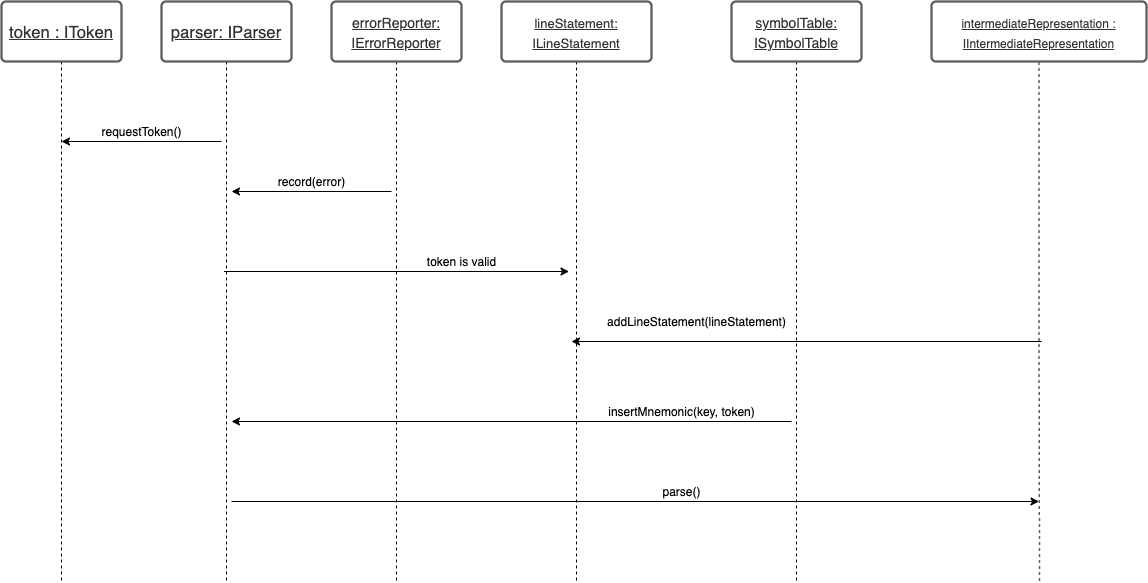
Earlier version of the draw.io export diagrams/Sequence.png (auvigoo20/SOEN341). Source tidied: cells renumbered, new cells last; positions are measured from the earlier drawing's top-left corner, leaving out a move shared by most shapes.
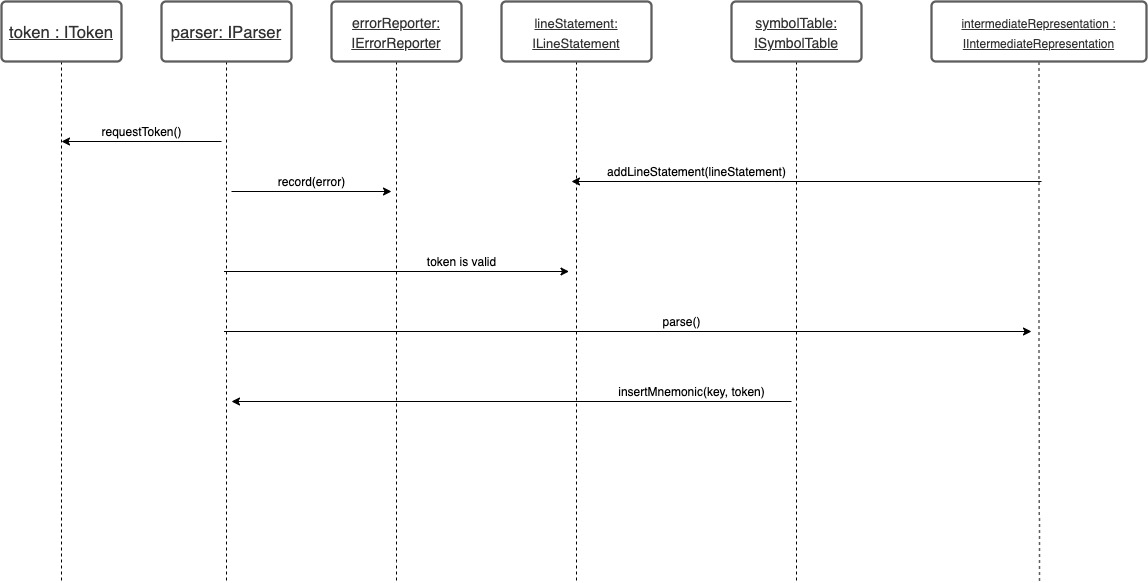
Later version of the same file.

Change to the diagram source:
```diff
@@ -2,121 +2,121 @@
   <root>
     <mxCell id="0" />
     <mxCell id="1" parent="0" />
-    <mxCell id="2" style="edgeStyle=orthogonalEdgeStyle;rounded=0;jettySize=auto;html=1;exitX=0.5;exitY=1;exitDx=0;exitDy=0;endArrow=none;endFill=0;dashed=1;" parent="1" edge="1" source="3">
-      <mxGeometry relative="1" as="geometry">
-        <mxPoint x="60" y="580" as="targetPoint" />
-      </mxGeometry>
-    </mxCell>
+    <mxCell id="26" style="edgeStyle=orthogonalEdgeStyle;rounded=0;jettySize=auto;html=1;exitX=0.5;exitY=1;exitDx=0;exitDy=0;endArrow=none;endFill=0;dashed=1;" parent="1" edge="1" source="3">
+      <mxGeometry relative="1" as="geometry">
+        <mxPoint x="60" y="580" as="targetPoint" />
+      </mxGeometry>
+    </mxCell>
     <mxCell id="3" value="&lt;u&gt;token : IToken&lt;/u&gt;" style="html=1;overflow=block;blockSpacing=1;whiteSpace=wrap;whiteSpace=wrap;fontSize=16.7;fontColor=#333333;spacing=3.8;strokeColor=#5e5e5e;strokeOpacity=100;rounded=1;absoluteArcSize=1;arcSize=9;strokeWidth=2.3;" parent="1" vertex="1">
       <mxGeometry width="120" height="60" as="geometry" />
     </mxCell>
-    <mxCell id="4" style="edgeStyle=orthogonalEdgeStyle;rounded=0;jettySize=auto;html=1;exitX=0.5;exitY=1;exitDx=0;exitDy=0;endArrow=none;endFill=0;dashed=1;" parent="1" edge="1" source="5">
-      <mxGeometry relative="1" as="geometry">
-        <mxPoint x="225" y="580" as="targetPoint" />
-        <Array as="points">
-          <mxPoint x="225" y="373" />
-        </Array>
-      </mxGeometry>
-    </mxCell>
+    <mxCell id="27" style="edgeStyle=orthogonalEdgeStyle;rounded=0;jettySize=auto;html=1;exitX=0.5;exitY=1;exitDx=0;exitDy=0;endArrow=none;endFill=0;dashed=1;" parent="1" edge="1" source="5">
+      <mxGeometry relative="1" as="geometry">
+        <mxPoint x="225" y="580" as="targetPoint" />
+        <Array as="points">
+          <mxPoint x="225" y="373" />
+        </Array>
+      </mxGeometry>
+    </mxCell>
     <mxCell id="5" value="&lt;u&gt;parser: IParser&lt;/u&gt;" style="html=1;overflow=block;blockSpacing=1;whiteSpace=wrap;whiteSpace=wrap;fontSize=16.7;fontColor=#333333;spacing=3.8;strokeColor=#5e5e5e;strokeOpacity=100;rounded=1;absoluteArcSize=1;arcSize=9;strokeWidth=2.3;" parent="1" vertex="1">
       <mxGeometry x="160" width="130" height="60" as="geometry" />
     </mxCell>
-    <mxCell id="6" style="edgeStyle=orthogonalEdgeStyle;rounded=0;jettySize=auto;html=1;exitX=0.5;exitY=1;exitDx=0;exitDy=0;endArrow=none;endFill=0;dashed=1;" parent="1" edge="1" source="7">
-      <mxGeometry relative="1" as="geometry">
-        <mxPoint x="575" y="580" as="targetPoint" />
-        <Array as="points">
-          <mxPoint x="575" y="160" />
-          <mxPoint x="575" y="160" />
-        </Array>
-      </mxGeometry>
-    </mxCell>
+    <mxCell id="28" style="edgeStyle=orthogonalEdgeStyle;rounded=0;jettySize=auto;html=1;exitX=0.5;exitY=1;exitDx=0;exitDy=0;endArrow=none;endFill=0;dashed=1;" parent="1" edge="1" source="7">
+      <mxGeometry relative="1" as="geometry">
+        <mxPoint x="575" y="580" as="targetPoint" />
+        <Array as="points">
+          <mxPoint x="575" y="160" />
+          <mxPoint x="575" y="160" />
+        </Array>
+      </mxGeometry>
+    </mxCell>
     <mxCell id="7" value="&lt;font style=&quot;font-size: 13px&quot;&gt;&lt;u&gt;lineStatement:&lt;br&gt;ILineStatement&lt;/u&gt;&lt;/font&gt;" style="html=1;overflow=block;blockSpacing=1;whiteSpace=wrap;whiteSpace=wrap;fontSize=16.7;fontColor=#333333;spacing=3.8;strokeColor=#5e5e5e;strokeOpacity=100;rounded=1;absoluteArcSize=1;arcSize=9;strokeWidth=2.3;" parent="1" vertex="1">
       <mxGeometry x="500" width="150" height="60" as="geometry" />
     </mxCell>
     <mxCell id="8" value="&lt;font style=&quot;font-size: 12px&quot;&gt;&lt;u&gt;intermediateRepresentation :&lt;br&gt;IIntermediateRepresentation&lt;/u&gt;&lt;/font&gt;" style="html=1;overflow=block;blockSpacing=1;whiteSpace=wrap;whiteSpace=wrap;fontSize=16.7;fontColor=#333333;spacing=3.8;strokeColor=#5e5e5e;strokeOpacity=100;rounded=1;absoluteArcSize=1;arcSize=9;strokeWidth=2.3;" parent="1" vertex="1">
       <mxGeometry x="930" width="215" height="60" as="geometry" />
     </mxCell>
-    <mxCell id="9" style="html=1;jettySize=18;whiteSpace=wrap;fontSize=13;strokeColor=#5E5E5E;fixDash=1;strokeWidth=1.5;rounded=1;arcSize=12;edgeStyle=orthogonalEdgeStyle;startArrow=none;endArrow=none;exitX=0.5;exitY=1.009;exitPerimeter=0;dashed=1;" parent="1" edge="1" source="8">
-      <mxGeometry relative="1" as="geometry">
-        <mxPoint x="1038" y="580" as="targetPoint" />
-      </mxGeometry>
-    </mxCell>
-    <mxCell id="10" style="edgeStyle=orthogonalEdgeStyle;rounded=0;jettySize=auto;html=1;exitX=0.5;exitY=1;exitDx=0;exitDy=0;endArrow=none;endFill=0;dashed=1;" parent="1" edge="1" source="11">
-      <mxGeometry relative="1" as="geometry">
-        <mxPoint x="395" y="580" as="targetPoint" />
-        <Array as="points">
-          <mxPoint x="395" y="560" />
-          <mxPoint x="395" y="560" />
-        </Array>
-      </mxGeometry>
-    </mxCell>
+    <mxCell id="29" style="html=1;jettySize=18;whiteSpace=wrap;fontSize=13;strokeColor=#5E5E5E;fixDash=1;strokeWidth=1.5;rounded=1;arcSize=12;edgeStyle=orthogonalEdgeStyle;startArrow=none;endArrow=none;exitX=0.5;exitY=1.009;exitPerimeter=0;dashed=1;" parent="1" edge="1" source="8">
+      <mxGeometry relative="1" as="geometry">
+        <mxPoint x="1038" y="580" as="targetPoint" />
+      </mxGeometry>
+    </mxCell>
+    <mxCell id="30" style="edgeStyle=orthogonalEdgeStyle;rounded=0;jettySize=auto;html=1;exitX=0.5;exitY=1;exitDx=0;exitDy=0;endArrow=none;endFill=0;dashed=1;" parent="1" edge="1" source="11">
+      <mxGeometry relative="1" as="geometry">
+        <mxPoint x="395" y="580" as="targetPoint" />
+        <Array as="points">
+          <mxPoint x="395" y="560" />
+          <mxPoint x="395" y="560" />
+        </Array>
+      </mxGeometry>
+    </mxCell>
     <mxCell id="11" value="&lt;u&gt;&lt;font style=&quot;font-size: 14px&quot;&gt;errorReporter: IErrorReporter&lt;/font&gt;&lt;/u&gt;" style="html=1;overflow=block;blockSpacing=1;whiteSpace=wrap;whiteSpace=wrap;fontSize=16.7;fontColor=#333333;spacing=3.8;strokeColor=#5e5e5e;strokeOpacity=100;rounded=1;absoluteArcSize=1;arcSize=9;strokeWidth=2.3;" parent="1" vertex="1">
       <mxGeometry x="330" width="130" height="60" as="geometry" />
     </mxCell>
-    <mxCell id="12" style="edgeStyle=orthogonalEdgeStyle;rounded=0;jettySize=auto;html=1;exitX=0.5;exitY=1;exitDx=0;exitDy=0;endArrow=none;endFill=0;dashed=1;" parent="1" edge="1" source="13">
-      <mxGeometry relative="1" as="geometry">
-        <mxPoint x="795" y="580" as="targetPoint" />
-        <Array as="points">
-          <mxPoint x="795" y="550" />
-        </Array>
-      </mxGeometry>
-    </mxCell>
+    <mxCell id="31" style="edgeStyle=orthogonalEdgeStyle;rounded=0;jettySize=auto;html=1;exitX=0.5;exitY=1;exitDx=0;exitDy=0;endArrow=none;endFill=0;dashed=1;" parent="1" edge="1" source="13">
+      <mxGeometry relative="1" as="geometry">
+        <mxPoint x="795" y="580" as="targetPoint" />
+        <Array as="points">
+          <mxPoint x="795" y="550" />
+        </Array>
+      </mxGeometry>
+    </mxCell>
     <mxCell id="13" value="&lt;u&gt;&lt;font style=&quot;font-size: 14px&quot;&gt;symbolTable:&lt;br&gt;ISymbolTable&lt;br&gt;&lt;/font&gt;&lt;/u&gt;" style="html=1;overflow=block;blockSpacing=1;whiteSpace=wrap;whiteSpace=wrap;fontSize=16.7;fontColor=#333333;spacing=3.8;strokeColor=#5e5e5e;strokeOpacity=100;rounded=1;absoluteArcSize=1;arcSize=9;strokeWidth=2.3;" parent="1" vertex="1">
       <mxGeometry x="730" width="130" height="60" as="geometry" />
     </mxCell>
-    <mxCell id="14" style="endArrow=classic;html=1;" parent="1" edge="1">
-      <mxGeometry relative="1" as="geometry">
-        <mxPoint x="220" y="140" as="sourcePoint" />
-        <mxPoint x="60" y="140" as="targetPoint" />
-      </mxGeometry>
-    </mxCell>
+    <mxCell id="32" style="endArrow=classic;html=1;" parent="1" edge="1">
+      <mxGeometry relative="1" as="geometry">
+        <mxPoint x="220" y="140" as="sourcePoint" />
+        <mxPoint x="60" y="140" as="targetPoint" />
+      </mxGeometry>
+    </mxCell>
     <mxCell id="15" value="requestToken()" style="text;html=1;align=center;verticalAlign=middle;strokeColor=none;" parent="1" vertex="1">
       <mxGeometry x="90" y="120" width="100" height="20" as="geometry" />
     </mxCell>
-    <mxCell id="16" style="endArrow=classic;html=1;" parent="1" edge="1">
-      <mxGeometry relative="1" as="geometry">
-        <mxPoint x="390" y="190" as="sourcePoint" />
-        <mxPoint x="230" y="190" as="targetPoint" />
-      </mxGeometry>
-    </mxCell>
-    <mxCell id="17" style="endArrow=classic;html=1;" parent="1" edge="1">
-      <mxGeometry relative="1" as="geometry">
-        <mxPoint x="222.5" y="270" as="sourcePoint" />
-        <mxPoint x="567.5" y="270" as="targetPoint" />
-      </mxGeometry>
-    </mxCell>
+    <mxCell id="33" style="endArrow=classic;html=1;" parent="1" edge="1">
+      <mxGeometry relative="1" as="geometry">
+        <mxPoint x="230" y="190" as="sourcePoint" />
+        <mxPoint x="390" y="190" as="targetPoint" />
+      </mxGeometry>
+    </mxCell>
+    <mxCell id="34" style="endArrow=classic;html=1;" parent="1" edge="1">
+      <mxGeometry relative="1" as="geometry">
+        <mxPoint x="222.5" y="270" as="sourcePoint" />
+        <mxPoint x="567.5" y="270" as="targetPoint" />
+      </mxGeometry>
+    </mxCell>
     <mxCell id="18" value="record(error)" style="text;html=1;align=center;verticalAlign=middle;strokeColor=none;" parent="1" vertex="1">
       <mxGeometry x="270" y="170" width="80" height="20" as="geometry" />
     </mxCell>
     <mxCell id="19" value="token is valid" style="text;html=1;align=center;verticalAlign=middle;strokeColor=none;" parent="1" vertex="1">
       <mxGeometry x="420" y="250" width="80" height="20" as="geometry" />
     </mxCell>
-    <mxCell id="20" style="endArrow=classic;html=1;" parent="1" edge="1">
-      <mxGeometry relative="1" as="geometry">
-        <mxPoint x="230" y="500" as="sourcePoint" />
-        <mxPoint x="1037.5" y="500" as="targetPoint" />
-      </mxGeometry>
-    </mxCell>
+    <mxCell id="35" style="endArrow=classic;html=1;" parent="1" edge="1">
+      <mxGeometry relative="1" as="geometry">
+        <mxPoint x="222.5" y="330" as="sourcePoint" />
+        <mxPoint x="1030" y="330" as="targetPoint" />
+      </mxGeometry>
+    </mxCell>
     <mxCell id="21" value="parse()" style="text;html=1;align=center;verticalAlign=middle;strokeColor=none;" parent="1" vertex="1">
-      <mxGeometry x="655" y="480" width="50" height="20" as="geometry" />
+      <mxGeometry x="655" y="310" width="50" height="20" as="geometry" />
     </mxCell>
-    <mxCell id="22" style="endArrow=classic;html=1;" parent="1" edge="1">
-      <mxGeometry relative="1" as="geometry">
-        <mxPoint x="790" y="420" as="sourcePoint" />
-        <mxPoint x="230" y="420" as="targetPoint" />
-      </mxGeometry>
-    </mxCell>
+    <mxCell id="36" style="endArrow=classic;html=1;" parent="1" edge="1">
+      <mxGeometry relative="1" as="geometry">
+        <mxPoint x="790" y="400" as="sourcePoint" />
+        <mxPoint x="230" y="400" as="targetPoint" />
+      </mxGeometry>
+    </mxCell>
     <mxCell id="23" value="insertMnemonic(key, token)" style="text;html=1;align=center;verticalAlign=middle;strokeColor=none;" parent="1" vertex="1">
-      <mxGeometry x="600" y="400" width="160" height="20" as="geometry" />
+      <mxGeometry x="610" y="380" width="160" height="20" as="geometry" />
     </mxCell>
-    <mxCell id="24" style="endArrow=classic;html=1;" parent="1" edge="1">
-      <mxGeometry relative="1" as="geometry">
-        <mxPoint x="1040" y="340" as="sourcePoint" />
-        <mxPoint x="570" y="340" as="targetPoint" />
-      </mxGeometry>
-    </mxCell>
+    <mxCell id="37" style="endArrow=classic;html=1;" parent="1" edge="1">
+      <mxGeometry relative="1" as="geometry">
+        <mxPoint x="1040" y="180" as="sourcePoint" />
+        <mxPoint x="570" y="180" as="targetPoint" />
+      </mxGeometry>
+    </mxCell>
     <mxCell id="25" value="addLineStatement(lineStatement)" style="text;html=1;align=center;verticalAlign=middle;strokeColor=none;" parent="1" vertex="1">
-      <mxGeometry x="600" y="310" width="190" height="20" as="geometry" />
+      <mxGeometry x="600" y="160" width="190" height="20" as="geometry" />
     </mxCell>
   </root>
 </mxGraphModel>
```
